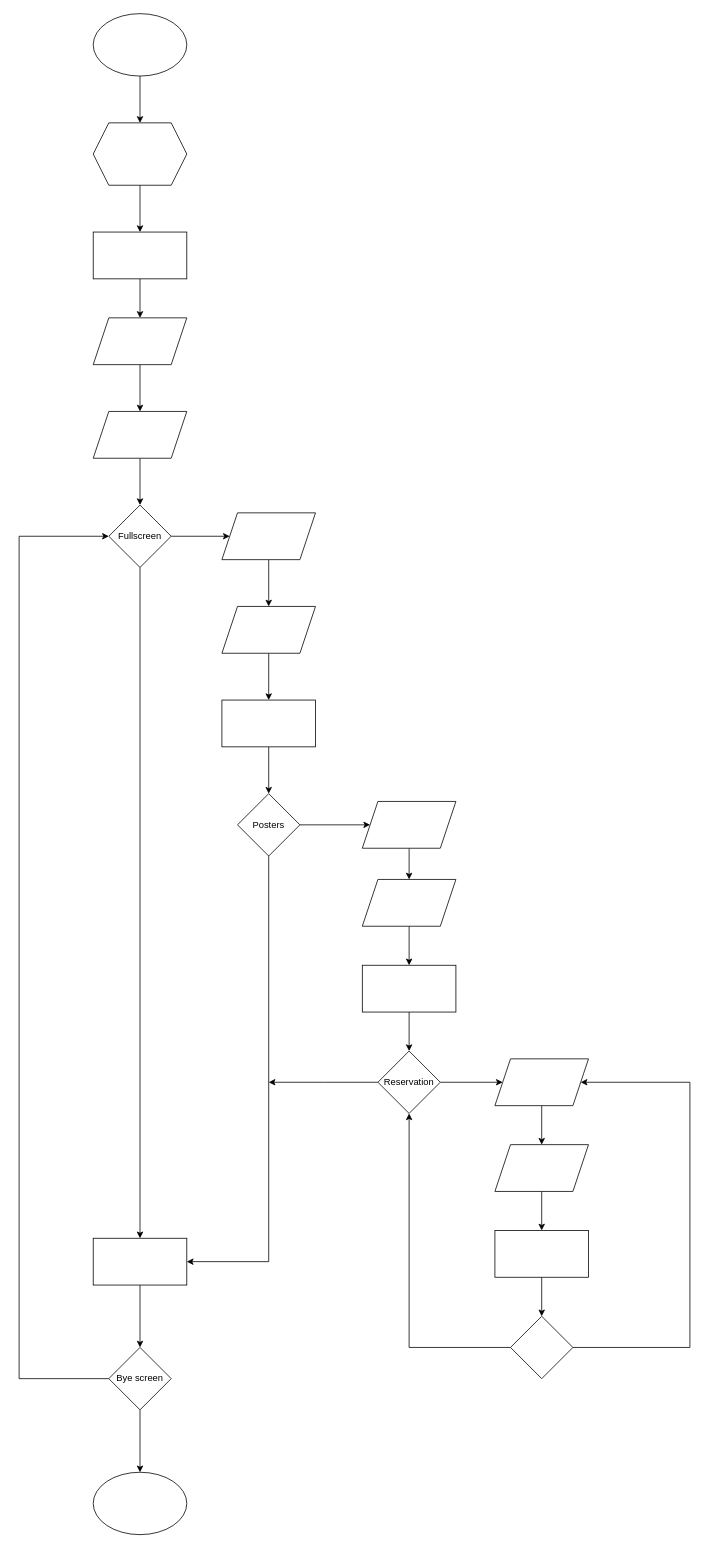
Above: Movie plan.drawio in ThyElyson/Cinema-Ticketing-System (draw.io), before the change. Source tidied: cells renumbered, new cells numbered last; positions are measured from the earlier drawing's top-left corner, leaving out a move shared by most shapes. Both pictures are drawn from the tidied source at 78%, with x=0, y=0 at pixel (19, 13).
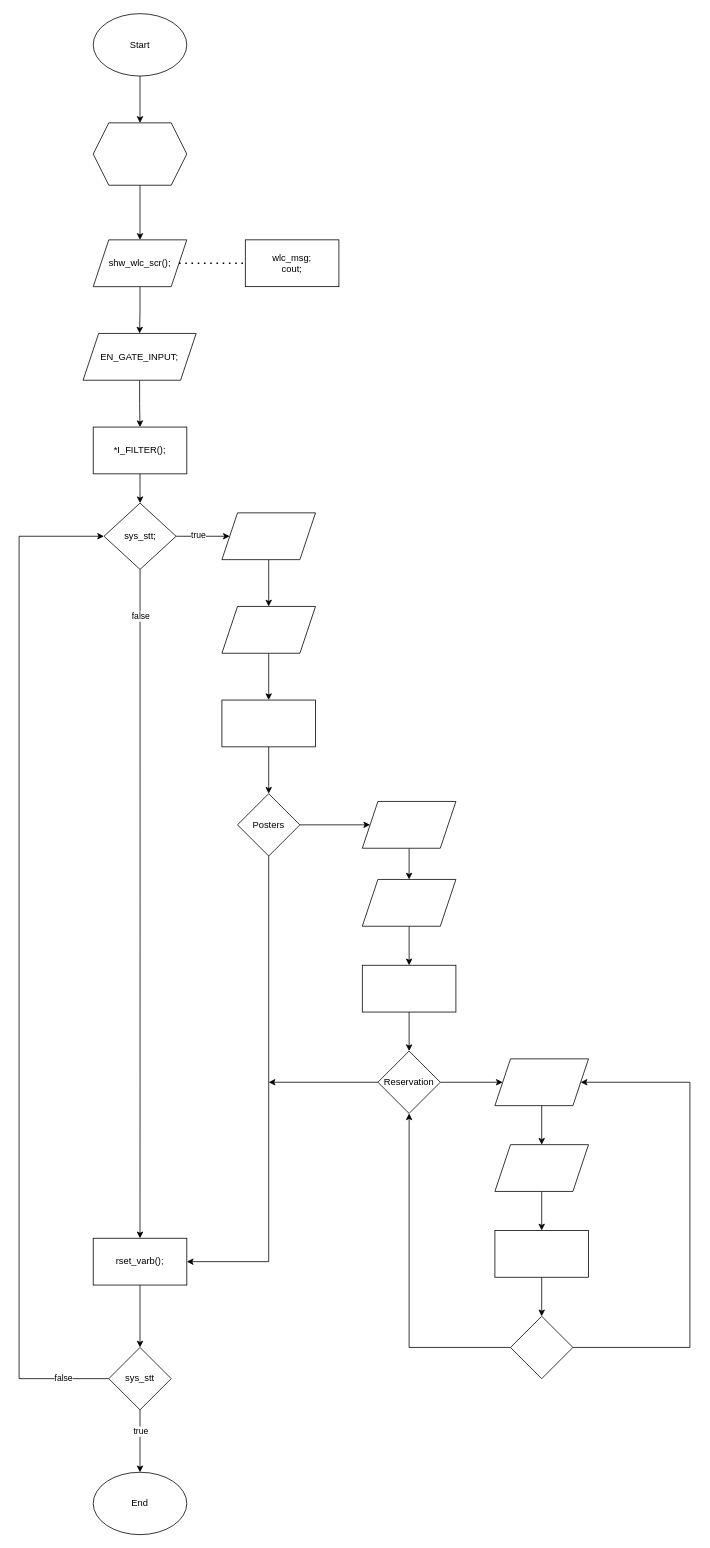
Above is the later version.

Commit message (it also covers changes not shown here):
Progress I guess

The change refers to these unchanged cells:
```xml
<mxCell id="6" style="edgeStyle=orthogonalEdgeStyle;rounded=0;jettySize=auto;html=1;exitX=0.5;exitY=1;exitDx=0;exitDy=0;" parent="1" edge="1" source="8" target="10">
  <mxGeometry relative="1" as="geometry" />
</mxCell>
<mxCell id="7" style="edgeStyle=orthogonalEdgeStyle;rounded=0;jettySize=auto;html=1;exitX=1;exitY=0.5;exitDx=0;exitDy=0;entryX=0;entryY=0.5;entryDx=0;entryDy=0;" parent="1" edge="1" source="8" target="18">
  <mxGeometry relative="1" as="geometry" />
</mxCell>
<mxCell id="12" style="shape=hexagon;perimeter=hexagonPerimeter2;whiteSpace=wrap;html=1;fixedSize=1;" parent="1" vertex="1">
  <mxGeometry x="95" y="140" width="120" height="80" as="geometry" />
</mxCell>
<mxCell id="26" style="edgeStyle=orthogonalEdgeStyle;rounded=0;jettySize=auto;html=1;exitX=0.5;exitY=1;exitDx=0;exitDy=0;entryX=0.5;entryY=0;entryDx=0;entryDy=0;" parent="1" edge="1" source="28" target="29">
  <mxGeometry relative="1" as="geometry" />
</mxCell>
<mxCell id="27" style="edgeStyle=orthogonalEdgeStyle;rounded=0;jettySize=auto;html=1;exitX=0;exitY=0.5;exitDx=0;exitDy=0;entryX=0;entryY=0.5;entryDx=0;entryDy=0;" parent="1" edge="1" source="28" target="8">
  <mxGeometry relative="1" as="geometry">
    <Array as="points">
      <mxPoint y="1750" />
      <mxPoint y="670" />
    </Array>
  </mxGeometry>
</mxCell>
```

Diff of the diagram source:
```diff
@@
-    <mxCell id="3" style="ellipse;whiteSpace=wrap;html=1;" parent="1" vertex="1">
+    <mxCell id="3" value="Start" style="ellipse;whiteSpace=wrap;html=1;" parent="1" vertex="1">
       <mxGeometry x="95" width="120" height="80" as="geometry" />
     </mxCell>
-    <mxCell id="4" style="edgeStyle=orthogonalEdgeStyle;rounded=0;jettySize=auto;html=1;exitX=0.5;exitY=1;exitDx=0;exitDy=0;entryX=0.5;entryY=0;entryDx=0;entryDy=0;" parent="1" edge="1" source="5" target="14">
-      <mxGeometry relative="1" as="geometry" />
-    </mxCell>
-    <mxCell id="5" style="rounded=0;whiteSpace=wrap;html=1;" parent="1" vertex="1">
-      <mxGeometry x="95" y="280" width="120" height="60" as="geometry" />
-    </mxCell>
@@
+    <mxCell id="48" value="false" style="edgeLabel;html=1;align=center;verticalAlign=middle;" parent="6" vertex="1">
+      <mxGeometry x="-0.86" relative="1" as="geometry" />
+    </mxCell>
@@
+    <mxCell id="49" value="true" style="edgeLabel;html=1;align=center;verticalAlign=middle;" parent="7" vertex="1">
+      <mxGeometry x="-0.18" y="2" relative="1" as="geometry" />
+    </mxCell>
-    <mxCell id="8" value="Fullscreen" style="rhombus;whiteSpace=wrap;html=1;" parent="1" vertex="1">
-      <mxGeometry x="115" y="630" width="80" height="80" as="geometry" />
+    <mxCell id="8" value="sys_stt;" style="rhombus;whiteSpace=wrap;html=1;" parent="1" vertex="1">
+      <mxGeometry x="108.8" y="627.5" width="92.5" height="85" as="geometry" />
     </mxCell>
@@
-    <mxCell id="10" style="rounded=0;whiteSpace=wrap;html=1;" parent="1" vertex="1">
+    <mxCell id="10" value="rset_varb();" style="rounded=0;whiteSpace=wrap;html=1;" parent="1" vertex="1">
       <mxGeometry x="95" y="1570" width="120" height="60" as="geometry" />
     </mxCell>
-    <mxCell id="11" style="edgeStyle=orthogonalEdgeStyle;rounded=0;jettySize=auto;html=1;exitX=0.5;exitY=1;exitDx=0;exitDy=0;entryX=0.5;entryY=0;entryDx=0;entryDy=0;" parent="1" edge="1" source="12" target="5">
-      <mxGeometry relative="1" as="geometry" />
-    </mxCell>
+    <mxCell id="50" style="edgeStyle=orthogonalEdgeStyle;rounded=0;jettySize=auto;html=1;exitX=0.5;exitY=1;exitDx=0;exitDy=0;entryX=0.5;entryY=0;entryDx=0;entryDy=0;" parent="1" edge="1" source="12" target="54">
+      <mxGeometry relative="1" as="geometry" />
+    </mxCell>
@@
-    <mxCell id="13" style="edgeStyle=orthogonalEdgeStyle;rounded=0;jettySize=auto;html=1;exitX=0.5;exitY=1;exitDx=0;exitDy=0;entryX=0.5;entryY=0;entryDx=0;entryDy=0;" parent="1" edge="1" source="14" target="16">
-      <mxGeometry relative="1" as="geometry" />
-    </mxCell>
-    <mxCell id="14" style="shape=parallelogram;perimeter=parallelogramPerimeter;whiteSpace=wrap;html=1;fixedSize=1;" parent="1" vertex="1">
-      <mxGeometry x="95" y="390" width="120" height="60" as="geometry" />
-    </mxCell>
-    <mxCell id="15" style="edgeStyle=orthogonalEdgeStyle;rounded=0;jettySize=auto;html=1;exitX=0.5;exitY=1;exitDx=0;exitDy=0;entryX=0.5;entryY=0;entryDx=0;entryDy=0;" parent="1" edge="1" source="16" target="8">
-      <mxGeometry relative="1" as="geometry" />
-    </mxCell>
-    <mxCell id="16" style="shape=parallelogram;perimeter=parallelogramPerimeter;whiteSpace=wrap;html=1;fixedSize=1;" parent="1" vertex="1">
-      <mxGeometry x="95" y="510" width="120" height="60" as="geometry" />
-    </mxCell>
@@
+    <mxCell id="51" value="true" style="edgeLabel;html=1;align=center;verticalAlign=middle;" parent="26" vertex="1">
+      <mxGeometry x="-0.33" relative="1" as="geometry" />
+    </mxCell>
@@
+    <mxCell id="52" value="false" style="edgeLabel;html=1;align=center;verticalAlign=middle;" parent="27" vertex="1">
+      <mxGeometry x="-0.91" y="-1" relative="1" as="geometry" />
+    </mxCell>
-    <mxCell id="28" value="Bye screen" style="rhombus;whiteSpace=wrap;html=1;" parent="1" vertex="1">
+    <mxCell id="28" value="sys_stt" style="rhombus;whiteSpace=wrap;html=1;" parent="1" vertex="1">
       <mxGeometry x="115" y="1710" width="80" height="80" as="geometry" />
     </mxCell>
-    <mxCell id="29" style="ellipse;whiteSpace=wrap;html=1;" parent="1" vertex="1">
+    <mxCell id="29" value="End" style="ellipse;whiteSpace=wrap;html=1;" parent="1" vertex="1">
       <mxGeometry x="95" y="1870" width="120" height="80" as="geometry" />
     </mxCell>
@@
+    <mxCell id="53" style="edgeStyle=orthogonalEdgeStyle;rounded=0;jettySize=auto;html=1;" parent="1" edge="1" source="54" target="56">
+      <mxGeometry relative="1" as="geometry" />
+    </mxCell>
+    <mxCell id="54" value="shw_wlc_scr();&lt;br&gt;" style="shape=parallelogram;perimeter=parallelogramPerimeter;whiteSpace=wrap;html=1;fixedSize=1;" parent="1" vertex="1">
+      <mxGeometry x="95" y="290" width="120" height="60" as="geometry" />
+    </mxCell>
+    <mxCell id="55" style="edgeStyle=orthogonalEdgeStyle;rounded=0;jettySize=auto;html=1;" parent="1" edge="1" source="56" target="58">
+      <mxGeometry relative="1" as="geometry" />
+    </mxCell>
+    <mxCell id="56" value="EN_GATE_INPUT;" style="shape=parallelogram;perimeter=parallelogramPerimeter;whiteSpace=wrap;html=1;fixedSize=1;" parent="1" vertex="1">
+      <mxGeometry x="82" y="410" width="145" height="60" as="geometry" />
+    </mxCell>
+    <mxCell id="57" style="edgeStyle=orthogonalEdgeStyle;rounded=0;jettySize=auto;html=1;" parent="1" edge="1" source="58" target="8">
+      <mxGeometry relative="1" as="geometry" />
+    </mxCell>
+    <mxCell id="58" value="*I_FILTER();" style="rounded=0;whiteSpace=wrap;html=1;" parent="1" vertex="1">
+      <mxGeometry x="95" y="530" width="120" height="60" as="geometry" />
+    </mxCell>
+    <mxCell id="59" value="wlc_msg;&lt;br&gt;cout;" style="rounded=0;whiteSpace=wrap;html=1;" parent="1" vertex="1">
+      <mxGeometry x="290" y="290" width="120" height="60" as="geometry" />
+    </mxCell>
+    <mxCell id="60" style="endArrow=none;dashed=1;html=1;dashPattern=1 3;strokeWidth=2;rounded=0;exitX=1;exitY=0.5;exitDx=0;exitDy=0;entryX=0;entryY=0.5;entryDx=0;entryDy=0;" parent="1" edge="1" source="54" target="59">
+      <mxGeometry relative="1" as="geometry" />
+    </mxCell>
```
